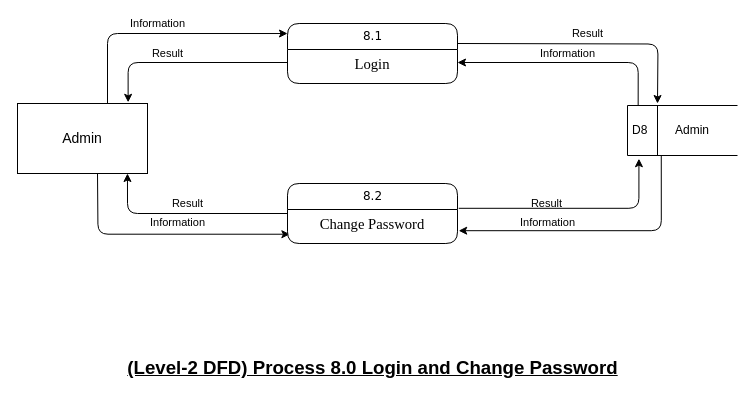
vanluong94/aptech-market-management-system keeps this draw.io diagram as assets/dfd/DFD-Level-8.0 - Login and Change Password.drawio. Above is the earlier version. Source tidied: cells renumbered, new cells numbered last; positions are measured from the earlier drawing's top-left corner, leaving out a move shared by most shapes. Both pictures are drawn from the tidied source at 100%, with x=0, y=0 at pixel (17, 23).
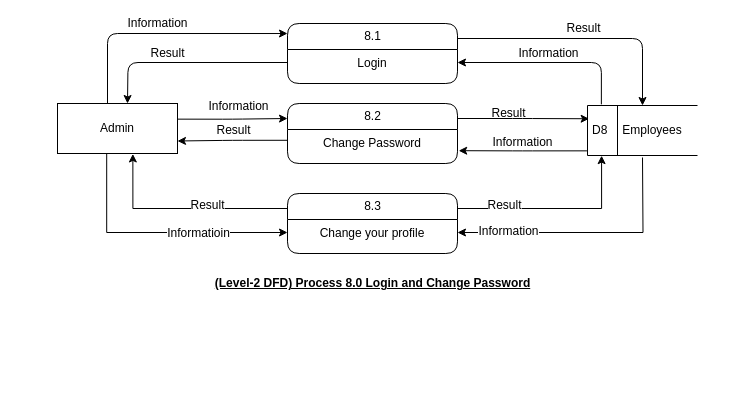
After the change.

Diff of the diagram source:
```diff
@@
-    <mxCell id="2" value="&lt;p class=&quot;MsoNormal&quot;&gt;&lt;font face=&quot;helvetica, sans-serif&quot;&gt;&lt;span style=&quot;font-size: 18.6667px&quot;&gt;&lt;b&gt;&lt;u&gt;(Level-2 DFD) Process 8.0 Login and Change Password&lt;/u&gt;&lt;/b&gt;&lt;/span&gt;&lt;/font&gt;&lt;br&gt;&lt;/p&gt;" style="text;html=1;align=center;verticalAlign=middle;strokeColor=none;" parent="1" vertex="1">
-      <mxGeometry x="100" y="320" width="510" height="50" as="geometry" />
+    <mxCell id="2" value="&lt;p class=&quot;MsoNormal&quot; style=&quot;font-size: 12px;&quot;&gt;&lt;font style=&quot;font-size: 12px;&quot;&gt;&lt;span style=&quot;font-size: 12px;&quot;&gt;&lt;b style=&quot;font-size: 12px;&quot;&gt;&lt;u style=&quot;font-size: 12px;&quot;&gt;(Level-2 DFD) Process 8.0 Login and Change Password&lt;/u&gt;&lt;/b&gt;&lt;/span&gt;&lt;/font&gt;&lt;br style=&quot;font-size: 12px;&quot;&gt;&lt;/p&gt;" style="text;html=1;align=center;verticalAlign=middle;strokeColor=none;fontColor=#000000;fontFamily=Helvetica;fontSize=12;" parent="1" vertex="1">
+      <mxGeometry x="190" y="240" width="330" height="40" as="geometry" />
     </mxCell>
-    <mxCell id="3" value="Information" style="edgeStyle=orthogonalEdgeStyle;curved=0;rounded=1;sketch=0;jettySize=auto;html=1;entryX=0.014;entryY=0.951;entryDx=0;entryDy=0;entryPerimeter=0;labelBackgroundColor=none;" parent="1" edge="1" target="11">
-      <mxGeometry x="0.11" y="12" relative="1" as="geometry">
-        <mxPoint x="80" y="150" as="sourcePoint" />
-      </mxGeometry>
+    <mxCell id="3" value="Information" style="edgeStyle=orthogonalEdgeStyle;curved=0;rounded=1;sketch=0;jettySize=auto;html=1;entryX=0;entryY=0.25;entryDx=0;entryDy=0;labelBackgroundColor=none;fontColor=#000000;fontFamily=Helvetica;fontSize=12;exitX=1.002;exitY=0.313;exitDx=0;exitDy=0;exitPerimeter=0;" parent="1" edge="1" source="5" target="10">
+      <mxGeometry x="0.11" y="12" relative="1" as="geometry" />
     </mxCell>
-    <mxCell id="4" value="Information" style="edgeStyle=orthogonalEdgeStyle;jumpStyle=none;jettySize=auto;html=1;entryX=0;entryY=0.167;entryDx=0;entryDy=0;entryPerimeter=0;shadow=0;labelBackgroundColor=none;rounded=1;" parent="1" edge="1" source="5" target="7">
+    <mxCell id="4" value="Information" style="edgeStyle=orthogonalEdgeStyle;jumpStyle=none;jettySize=auto;html=1;entryX=0;entryY=0.167;entryDx=0;entryDy=0;entryPerimeter=0;shadow=0;labelBackgroundColor=none;rounded=1;fontColor=#000000;fontFamily=Helvetica;fontSize=12;" parent="1" edge="1" source="5" target="7">
       <mxGeometry x="-0.04" y="10" relative="1" as="geometry">
         <Array as="points">
           <mxPoint x="90" y="10" />
         </Array>
       </mxGeometry>
     </mxCell>
+    <mxCell id="18" style="edgeStyle=orthogonalEdgeStyle;rounded=0;jettySize=auto;html=1;entryX=0;entryY=0.5;entryDx=0;entryDy=0;fontFamily=Helvetica;fontSize=12;fontColor=#000000;exitX=0.41;exitY=1.003;exitDx=0;exitDy=0;exitPerimeter=0;" parent="1" edge="1" source="5" target="27">
+      <mxGeometry relative="1" as="geometry" />
+    </mxCell>
+    <mxCell id="19" value="Informatioin" style="edgeLabel;html=1;align=center;verticalAlign=middle;fontSize=12;fontFamily=Helvetica;fontColor=#000000;" parent="18" vertex="1">
+      <mxGeometry x="0.31" relative="1" as="geometry" />
+    </mxCell>
-    <mxCell id="5" value="&lt;font style=&quot;font-size: 14px&quot;&gt;Admin&lt;/font&gt;" style="rounded=0;whiteSpace=wrap;html=1;" parent="1" vertex="1">
-      <mxGeometry y="80" width="130" height="70" as="geometry" />
+    <mxCell id="5" value="&lt;font style=&quot;font-size: 12px;&quot;&gt;Admin&lt;/font&gt;" style="rounded=0;whiteSpace=wrap;html=1;fontColor=#000000;fontFamily=Helvetica;fontSize=12;" parent="1" vertex="1">
+      <mxGeometry x="40" y="80" width="120" height="50" as="geometry" />
     </mxCell>
-    <mxCell id="6" value="Result" style="edgeStyle=orthogonalEdgeStyle;curved=0;rounded=1;sketch=0;orthogonalLoop=1;jettySize=auto;html=1;labelBackgroundColor=none;" parent="1" edge="1">
-      <mxGeometry y="10" relative="1" as="geometry">
-        <mxPoint x="440" y="20" as="sourcePoint" />
-        <mxPoint x="640" y="80" as="targetPoint" />
-      </mxGeometry>
+    <mxCell id="6" value="Result" style="edgeStyle=orthogonalEdgeStyle;curved=0;rounded=1;sketch=0;jettySize=auto;html=1;labelBackgroundColor=none;fontColor=#000000;fontFamily=Helvetica;fontSize=12;exitX=1;exitY=0.25;exitDx=0;exitDy=0;" parent="1" edge="1" source="7" target="14">
+      <mxGeometry y="10" relative="1" as="geometry" />
     </mxCell>
-    <mxCell id="7" value="8.1" style="swimlane;html=1;fontStyle=0;horizontal=1;startSize=26;swimlaneFillColor=#ffffff;align=center;rounded=1;shadow=0;comic=0;labelBackgroundColor=none;strokeWidth=1;fontFamily=Verdana;fontSize=12;" parent="1" vertex="1">
+    <mxCell id="7" value="8.1" style="swimlane;html=1;fontStyle=0;horizontal=1;startSize=26;swimlaneFillColor=#ffffff;align=center;rounded=1;shadow=0;comic=0;labelBackgroundColor=none;strokeWidth=1;fontFamily=Helvetica;fontSize=12;fontColor=#000000;" parent="1" vertex="1">
       <mxGeometry x="270" width="170" height="60" as="geometry" />
     </mxCell>
-    <mxCell id="8" value="&lt;font face=&quot;times new roman&quot;&gt;&lt;span style=&quot;font-size: 14.6667px&quot;&gt;Login&lt;/span&gt;&lt;/font&gt;" style="text;html=1;strokeColor=none;fillColor=none;spacingLeft=4;spacingRight=4;whiteSpace=wrap;overflow=hidden;points=[[0,0.5],[1,0.5]];portConstraint=eastwest;fontColor=#000000;align=center;" parent="7" vertex="1">
+    <mxCell id="8" value="&lt;font style=&quot;font-size: 12px;&quot;&gt;&lt;span style=&quot;font-size: 12px;&quot;&gt;Login&lt;/span&gt;&lt;/font&gt;" style="text;html=1;strokeColor=none;fillColor=none;spacingLeft=4;spacingRight=4;whiteSpace=wrap;overflow=hidden;points=[[0,0.5],[1,0.5]];portConstraint=eastwest;fontColor=#000000;align=center;fontFamily=Helvetica;fontSize=12;" parent="7" vertex="1">
       <mxGeometry y="26" width="170" height="26" as="geometry" />
     </mxCell>
-    <mxCell id="9" value="Result" style="edgeStyle=orthogonalEdgeStyle;curved=0;rounded=1;sketch=0;jettySize=auto;html=1;entryX=0.846;entryY=1;entryDx=0;entryDy=0;entryPerimeter=0;labelBackgroundColor=none;" parent="1" edge="1" source="10" target="5">
+    <mxCell id="9" value="Result" style="edgeStyle=orthogonalEdgeStyle;curved=0;rounded=1;sketch=0;jettySize=auto;html=1;entryX=1;entryY=0.75;entryDx=0;entryDy=0;labelBackgroundColor=none;fontColor=#000000;fontFamily=Helvetica;fontSize=12;exitX=0.009;exitY=0.415;exitDx=0;exitDy=0;exitPerimeter=0;" parent="1" edge="1" source="11" target="5">
       <mxGeometry y="-10" relative="1" as="geometry" />
     </mxCell>
-    <mxCell id="10" value="8.2" style="swimlane;html=1;fontStyle=0;horizontal=1;startSize=26;swimlaneFillColor=#ffffff;align=center;rounded=1;shadow=0;comic=0;labelBackgroundColor=none;strokeWidth=1;fontFamily=Verdana;fontSize=12;" parent="1" vertex="1">
-      <mxGeometry x="270" y="160" width="170" height="60" as="geometry" />
+    <mxCell id="10" value="8.2" style="swimlane;html=1;fontStyle=0;horizontal=1;startSize=26;swimlaneFillColor=#ffffff;align=center;rounded=1;shadow=0;comic=0;labelBackgroundColor=none;strokeWidth=1;fontFamily=Helvetica;fontSize=12;fontColor=#000000;" parent="1" vertex="1">
+      <mxGeometry x="270" y="80" width="170" height="60" as="geometry" />
     </mxCell>
-    <mxCell id="11" value="&lt;font face=&quot;times new roman&quot;&gt;&lt;span style=&quot;font-size: 14.6667px&quot;&gt;Change Password&lt;/span&gt;&lt;/font&gt;" style="text;html=1;strokeColor=none;fillColor=none;spacingLeft=4;spacingRight=4;whiteSpace=wrap;overflow=hidden;points=[[0,0.5],[1,0.5]];portConstraint=eastwest;fontColor=#000000;align=center;" parent="10" vertex="1">
+    <mxCell id="11" value="&lt;font style=&quot;font-size: 12px;&quot;&gt;&lt;span style=&quot;font-size: 12px;&quot;&gt;Change Password&lt;/span&gt;&lt;/font&gt;" style="text;html=1;strokeColor=none;fillColor=none;spacingLeft=4;spacingRight=4;whiteSpace=wrap;overflow=hidden;points=[[0,0.5],[1,0.5]];portConstraint=eastwest;fontColor=#000000;align=center;fontFamily=Helvetica;fontSize=12;" parent="10" vertex="1">
       <mxGeometry y="26" width="170" height="26" as="geometry" />
     </mxCell>
-    <mxCell id="12" value="&#10;&#10;&lt;span style=&quot;font-family: helvetica; font-size: 11px; font-style: normal; font-weight: 400; letter-spacing: normal; text-align: center; text-indent: 0px; text-transform: none; word-spacing: 0px; display: inline; float: none;&quot;&gt;Information&lt;/span&gt;&#10;&#10;" style="edgeStyle=orthogonalEdgeStyle;curved=0;rounded=1;sketch=0;jettySize=auto;html=1;entryX=1;entryY=0.5;entryDx=0;entryDy=0;exitX=0.097;exitY=0;exitDx=0;exitDy=0;exitPerimeter=0;labelBackgroundColor=none;fontColor=#000000;" parent="1" edge="1" source="14" target="8">
+    <mxCell id="12" value="&#10;&#10;&lt;span style=&quot;font-size: 12px; font-style: normal; font-weight: 400; letter-spacing: normal; text-align: center; text-indent: 0px; text-transform: none; word-spacing: 0px; display: inline; float: none;&quot;&gt;Information&lt;/span&gt;&#10;&#10;" style="edgeStyle=orthogonalEdgeStyle;curved=0;rounded=1;sketch=0;jettySize=auto;html=1;entryX=1;entryY=0.5;entryDx=0;entryDy=0;exitX=0.126;exitY=-0.023;exitDx=0;exitDy=0;exitPerimeter=0;labelBackgroundColor=none;fontColor=#000000;fontFamily=Helvetica;fontSize=12;" parent="1" edge="1" source="14" target="8">
       <mxGeometry x="0.02" y="-9" relative="1" as="geometry" />
     </mxCell>
-    <mxCell id="13" value="&#10;&#10;&lt;span style=&quot;font-family: helvetica; font-size: 11px; font-style: normal; font-weight: 400; letter-spacing: normal; text-align: center; text-indent: 0px; text-transform: none; word-spacing: 0px; display: inline; float: none;&quot;&gt;Information&lt;/span&gt;&#10;&#10;" style="edgeStyle=orthogonalEdgeStyle;curved=0;rounded=1;sketch=0;jettySize=auto;html=1;entryX=1.007;entryY=0.815;entryDx=0;entryDy=0;entryPerimeter=0;exitX=0.307;exitY=0.993;exitDx=0;exitDy=0;exitPerimeter=0;labelBackgroundColor=none;fontColor=#000000;" parent="1" edge="1" source="14" target="11">
-      <mxGeometry x="0.36" y="-8" relative="1" as="geometry" />
+    <mxCell id="13" value="&#10;&#10;&lt;span style=&quot;font-size: 12px; font-style: normal; font-weight: 400; letter-spacing: normal; text-align: center; text-indent: 0px; text-transform: none; word-spacing: 0px; display: inline; float: none;&quot;&gt;Information&lt;/span&gt;&#10;&#10;" style="edgeStyle=orthogonalEdgeStyle;curved=0;rounded=1;sketch=0;jettySize=auto;html=1;entryX=1.007;entryY=0.815;entryDx=0;entryDy=0;entryPerimeter=0;exitX=-0.005;exitY=0.907;exitDx=0;exitDy=0;labelBackgroundColor=none;fontColor=#000000;fontFamily=Helvetica;fontSize=12;exitPerimeter=0;" parent="1" edge="1" source="14" target="11">
+      <mxGeometry x="0.01" y="-8" relative="1" as="geometry" />
     </mxCell>
+    <mxCell id="20" style="edgeStyle=orthogonalEdgeStyle;rounded=0;jettySize=auto;html=1;entryX=1;entryY=0.5;entryDx=0;entryDy=0;fontFamily=Helvetica;fontSize=12;fontColor=#000000;" parent="1" edge="1" target="27">
+      <mxGeometry relative="1" as="geometry">
+        <mxPoint x="625" y="134" as="sourcePoint" />
+      </mxGeometry>
+    </mxCell>
+    <mxCell id="21" value="Information" style="edgeLabel;html=1;align=center;verticalAlign=middle;fontSize=12;fontFamily=Helvetica;fontColor=#000000;" parent="20" vertex="1">
+      <mxGeometry x="0.61" y="-2" relative="1" as="geometry" />
+    </mxCell>
-    <mxCell id="14" value="D8" style="html=1;dashed=0;whitespace=wrap;shape=mxgraph.dfd.dataStoreID;align=left;spacingLeft=3;points=[[0,0],[0.5,0],[1,0],[0,0.5],[1,0.5],[0,1],[0.5,1],[1,1]];" parent="1" vertex="1">
-      <mxGeometry x="610" y="82" width="110" height="50" as="geometry" />
+    <mxCell id="14" value="D8" style="html=1;dashed=0;whitespace=wrap;shape=mxgraph.dfd.dataStoreID;align=left;spacingLeft=3;points=[[0,0],[0.5,0],[1,0],[0,0.5],[1,0.5],[0,1],[0.5,1],[1,1]];fontColor=#000000;fontFamily=Helvetica;fontSize=12;" parent="1" vertex="1">
+      <mxGeometry x="570" y="82" width="110" height="50" as="geometry" />
     </mxCell>
-    <mxCell id="15" value="Admin" style="text;html=1;strokeColor=none;fillColor=none;align=center;verticalAlign=middle;whiteSpace=wrap;rounded=0;" parent="1" vertex="1">
-      <mxGeometry x="650" y="97" width="50" height="20" as="geometry" />
+    <mxCell id="15" value="Employees" style="text;html=1;strokeColor=none;fillColor=none;align=center;verticalAlign=middle;whiteSpace=wrap;rounded=0;fontColor=#000000;fontFamily=Helvetica;fontSize=12;" parent="1" vertex="1">
+      <mxGeometry x="610" y="97" width="50" height="20" as="geometry" />
     </mxCell>
-    <mxCell id="16" value="Result" style="edgeStyle=orthogonalEdgeStyle;curved=0;rounded=1;sketch=0;jettySize=auto;html=1;entryX=0.104;entryY=1.064;entryDx=0;entryDy=0;entryPerimeter=0;exitX=1.007;exitY=-0.046;exitDx=0;exitDy=0;exitPerimeter=0;labelBackgroundColor=none;" parent="1" edge="1" source="11" target="14">
+    <mxCell id="16" value="Result" style="edgeStyle=orthogonalEdgeStyle;curved=0;rounded=1;sketch=0;jettySize=auto;html=1;exitX=1;exitY=0.25;exitDx=0;exitDy=0;labelBackgroundColor=none;fontColor=#000000;fontFamily=Helvetica;fontSize=12;entryX=0.015;entryY=0.265;entryDx=0;entryDy=0;entryPerimeter=0;" parent="1" edge="1" source="10" target="14">
       <mxGeometry x="-0.23" y="5" relative="1" as="geometry" />
     </mxCell>
-    <mxCell id="17" value="Result" style="edgeStyle=orthogonalEdgeStyle;curved=0;rounded=1;sketch=0;jettySize=auto;html=1;entryX=0.851;entryY=-0.017;entryDx=0;entryDy=0;entryPerimeter=0;labelBackgroundColor=none;" parent="1" edge="1" source="8" target="5">
-      <mxGeometry x="0.2" y="-9" relative="1" as="geometry" />
+    <mxCell id="17" value="Result" style="edgeStyle=orthogonalEdgeStyle;curved=0;rounded=1;sketch=0;jettySize=auto;html=1;labelBackgroundColor=none;fontColor=#000000;fontFamily=Helvetica;fontSize=12;" parent="1" edge="1" source="8">
+      <mxGeometry x="0.2" y="-9" relative="1" as="geometry">
+        <mxPoint x="110" y="80" as="targetPoint" />
+      </mxGeometry>
     </mxCell>
+    <mxCell id="22" style="edgeStyle=orthogonalEdgeStyle;rounded=0;jettySize=auto;html=1;entryX=0.628;entryY=1.009;entryDx=0;entryDy=0;fontFamily=Helvetica;fontSize=12;fontColor=#000000;exitX=0;exitY=0.25;exitDx=0;exitDy=0;entryPerimeter=0;" parent="1" edge="1" source="26" target="5">
+      <mxGeometry relative="1" as="geometry" />
+    </mxCell>
+    <mxCell id="23" value="Result" style="edgeLabel;html=1;align=center;verticalAlign=middle;fontSize=12;fontFamily=Helvetica;fontColor=#000000;" parent="22" vertex="1">
+      <mxGeometry x="-0.23" y="-4" relative="1" as="geometry" />
+    </mxCell>
+    <mxCell id="24" style="edgeStyle=orthogonalEdgeStyle;rounded=0;jettySize=auto;html=1;fontFamily=Helvetica;fontSize=12;fontColor=#000000;exitX=1;exitY=0.25;exitDx=0;exitDy=0;entryX=0.128;entryY=1.003;entryDx=0;entryDy=0;entryPerimeter=0;" parent="1" edge="1" source="26" target="14">
+      <mxGeometry relative="1" as="geometry" />
+    </mxCell>
+    <mxCell id="25" value="Result" style="edgeLabel;html=1;align=center;verticalAlign=middle;fontSize=12;fontFamily=Helvetica;fontColor=#000000;" parent="24" vertex="1">
+      <mxGeometry x="-0.53" y="4" relative="1" as="geometry" />
+    </mxCell>
+    <mxCell id="26" value="8.3" style="swimlane;html=1;fontStyle=0;horizontal=1;startSize=26;swimlaneFillColor=#ffffff;align=center;rounded=1;shadow=0;comic=0;labelBackgroundColor=none;strokeWidth=1;fontFamily=Helvetica;fontSize=12;fontColor=#000000;" parent="1" vertex="1">
+      <mxGeometry x="270" y="170" width="170" height="60" as="geometry" />
+    </mxCell>
+    <mxCell id="27" value="Change your profile" style="text;html=1;strokeColor=none;fillColor=none;spacingLeft=4;spacingRight=4;whiteSpace=wrap;overflow=hidden;points=[[0,0.5],[1,0.5]];portConstraint=eastwest;fontColor=#000000;align=center;fontFamily=Helvetica;fontSize=12;" parent="26" vertex="1">
+      <mxGeometry y="26" width="170" height="26" as="geometry" />
+    </mxCell>
```
